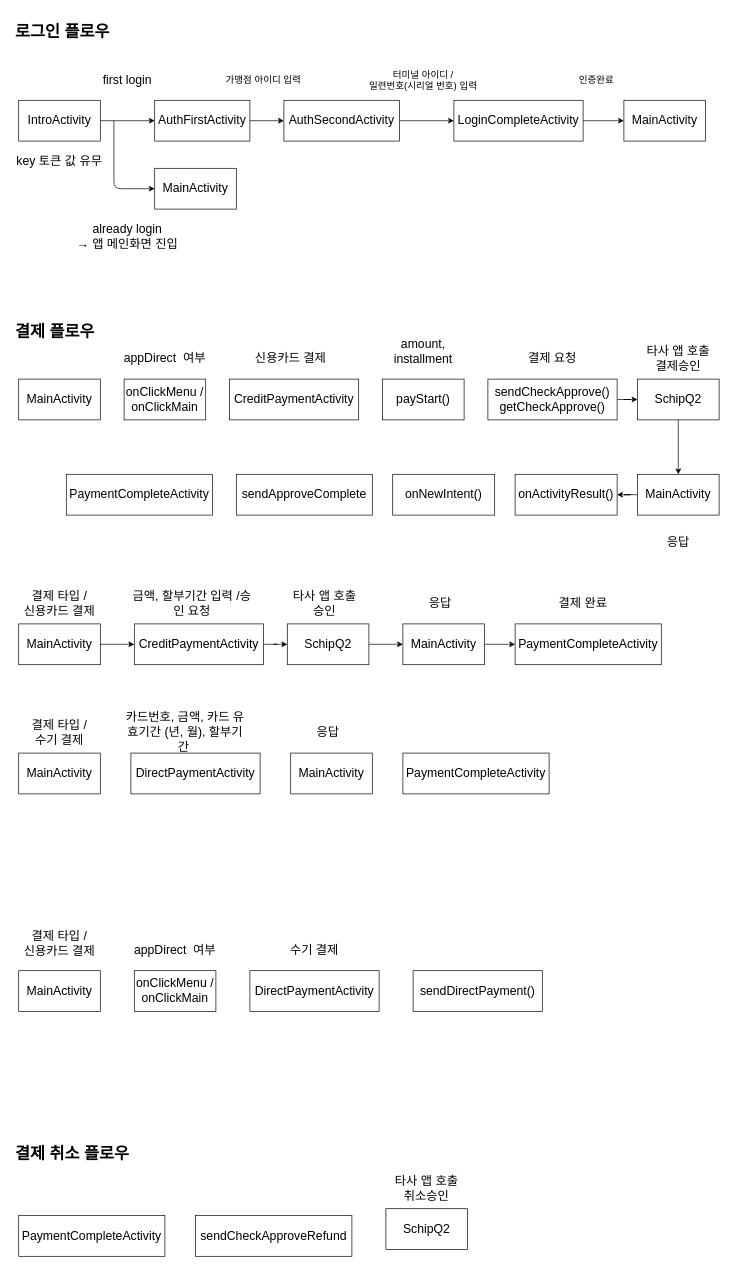
alsoscope/TIL keeps this draw.io diagram as Draw/flow20201124.drawio. Above is the earlier version. Source tidied: cells renumbered, new cells numbered last; positions are measured from the earlier drawing's top-left corner, leaving out a move shared by most shapes. Both pictures are drawn from the tidied source at 68%, with x=0, y=0 at pixel (12, 18).
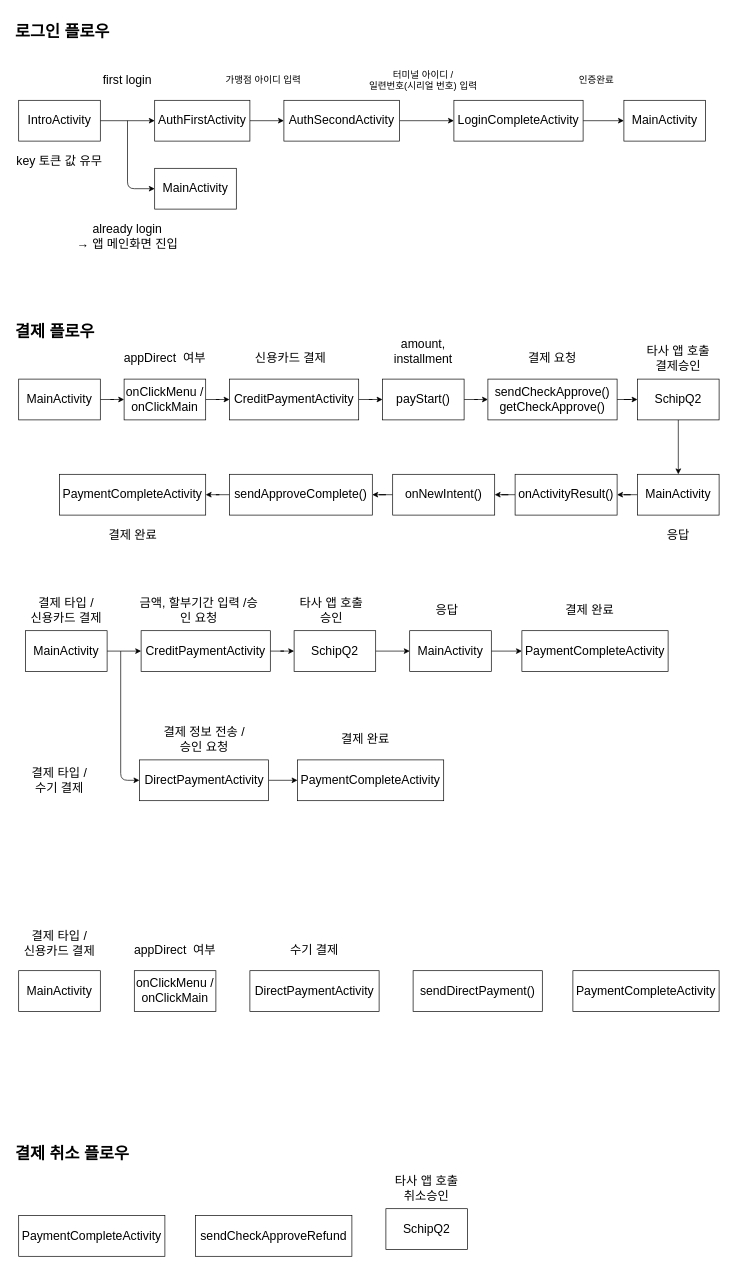
The same diagram, later.

The change refers to these unchanged cells:
```xml
<mxCell id="6" value="&lt;font style=&quot;font-size: 18px&quot;&gt;MainActivity&lt;/font&gt;" style="rounded=0;whiteSpace=wrap;html=1;" parent="1" vertex="1">
  <mxGeometry x="210" y="220" width="120" height="60" as="geometry" />
</mxCell>
<mxCell id="20" value="&lt;font style=&quot;font-size: 18px&quot;&gt;MainActivity&lt;/font&gt;" style="rounded=0;whiteSpace=wrap;html=1;" parent="1" vertex="1">
  <mxGeometry x="10" y="530" width="120" height="60" as="geometry" />
</mxCell>
<mxCell id="22" value="&lt;font style=&quot;font-size: 18px&quot;&gt;onClickMenu /&lt;br&gt;onClickMain&lt;br&gt;&lt;/font&gt;" style="rounded=0;whiteSpace=wrap;html=1;" parent="1" vertex="1">
  <mxGeometry x="165" y="530" width="120" height="60" as="geometry" />
</mxCell>
<mxCell id="23" value="&lt;font style=&quot;font-size: 18px&quot;&gt;CreditPaymentActivity&lt;br&gt;&lt;/font&gt;" style="rounded=0;whiteSpace=wrap;html=1;" parent="1" vertex="1">
  <mxGeometry x="320" y="530" width="190" height="60" as="geometry" />
</mxCell>
<mxCell id="28" value="&lt;font style=&quot;font-size: 18px&quot;&gt;payStart()&lt;/font&gt;" style="rounded=0;whiteSpace=wrap;html=1;" parent="1" vertex="1">
  <mxGeometry x="545" y="530" width="120" height="60" as="geometry" />
</mxCell>
<mxCell id="31" value="&lt;font style=&quot;font-size: 18px&quot;&gt;sendCheckApprove()&lt;br&gt;getCheckApprove()&lt;br&gt;&lt;/font&gt;" style="rounded=0;whiteSpace=wrap;html=1;" parent="1" vertex="1">
  <mxGeometry x="700" y="530" width="190" height="60" as="geometry" />
</mxCell>
<mxCell id="34" value="&lt;font style=&quot;font-size: 18px&quot;&gt;onActivityResult()&lt;br&gt;&lt;/font&gt;" style="rounded=0;whiteSpace=wrap;html=1;" parent="1" vertex="1">
  <mxGeometry x="740" y="670" width="150" height="60" as="geometry" />
</mxCell>
<mxCell id="37" value="&lt;font style=&quot;font-size: 18px&quot;&gt;onNewIntent()&lt;br&gt;&lt;/font&gt;" style="rounded=0;whiteSpace=wrap;html=1;" parent="1" vertex="1">
  <mxGeometry x="560" y="670" width="150" height="60" as="geometry" />
</mxCell>
```

The edit, as a diff of the source:
```diff
@@
     <mxCell id="10" style="endArrow=classic;html=1;entryX=0;entryY=0.5;entryDx=0;entryDy=0;" parent="1" edge="1" target="6">
       <mxGeometry relative="1" as="geometry">
-        <mxPoint x="150" y="150" as="sourcePoint" />
+        <mxPoint x="170" y="150" as="sourcePoint" />
         <Array as="points">
-          <mxPoint x="150" y="250" />
+          <mxPoint x="170" y="250" />
         </Array>
       </mxGeometry>
     </mxCell>
@@
+    <mxCell id="75" style="edgeStyle=orthogonalEdgeStyle;rounded=0;jettySize=auto;html=1;" parent="1" edge="1" source="20" target="22">
+      <mxGeometry relative="1" as="geometry" />
+    </mxCell>
@@
+    <mxCell id="76" style="edgeStyle=orthogonalEdgeStyle;rounded=0;jettySize=auto;html=1;" parent="1" edge="1" source="22" target="23">
+      <mxGeometry relative="1" as="geometry" />
+    </mxCell>
@@
+    <mxCell id="77" style="edgeStyle=orthogonalEdgeStyle;rounded=0;jettySize=auto;html=1;" parent="1" edge="1" source="23" target="28">
+      <mxGeometry relative="1" as="geometry" />
+    </mxCell>
@@
+    <mxCell id="78" style="edgeStyle=orthogonalEdgeStyle;rounded=0;jettySize=auto;html=1;" parent="1" edge="1" source="28" target="31">
+      <mxGeometry relative="1" as="geometry" />
+    </mxCell>
@@
+    <mxCell id="79" style="edgeStyle=orthogonalEdgeStyle;rounded=0;jettySize=auto;html=1;" parent="1" edge="1" source="34" target="37">
+      <mxGeometry relative="1" as="geometry" />
+    </mxCell>
@@
+    <mxCell id="80" style="edgeStyle=orthogonalEdgeStyle;rounded=0;jettySize=auto;html=1;" parent="1" edge="1" source="37" target="47">
+      <mxGeometry relative="1" as="geometry" />
+    </mxCell>
@@
     <mxCell id="39" value="&lt;span style=&quot;font-size: 18px&quot;&gt;응답&lt;/span&gt;" style="text;html=1;strokeColor=none;fillColor=none;align=center;verticalAlign=middle;whiteSpace=wrap;rounded=0;" parent="1" vertex="1">
-      <mxGeometry x="910" y="750" width="140" height="40" as="geometry" />
+      <mxGeometry x="910" y="740" width="140" height="40" as="geometry" />
     </mxCell>
@@
     <mxCell id="46" value="&lt;font style=&quot;font-size: 18px&quot;&gt;PaymentCompleteActivity&lt;br&gt;&lt;/font&gt;" style="rounded=0;whiteSpace=wrap;html=1;" parent="1" vertex="1">
-      <mxGeometry x="80" y="670" width="215" height="60" as="geometry" />
+      <mxGeometry x="70" y="670" width="215" height="60" as="geometry" />
     </mxCell>
+    <mxCell id="81" style="edgeStyle=orthogonalEdgeStyle;rounded=0;jettySize=auto;html=1;" parent="1" edge="1" source="47" target="46">
+      <mxGeometry relative="1" as="geometry" />
+    </mxCell>
-    <mxCell id="47" value="&lt;font style=&quot;font-size: 18px&quot;&gt;sendApproveComplete&lt;br&gt;&lt;/font&gt;" style="rounded=0;whiteSpace=wrap;html=1;" parent="1" vertex="1">
-      <mxGeometry x="330" y="670" width="200" height="60" as="geometry" />
+    <mxCell id="47" value="&lt;font style=&quot;font-size: 18px&quot;&gt;sendApproveComplete()&lt;br&gt;&lt;/font&gt;" style="rounded=0;whiteSpace=wrap;html=1;" parent="1" vertex="1">
+      <mxGeometry x="320" y="670" width="210" height="60" as="geometry" />
     </mxCell>
@@
     <mxCell id="51" style="edgeStyle=orthogonalEdgeStyle;rounded=0;jettySize=auto;html=1;" parent="1" edge="1" source="52" target="54">
-      <mxGeometry relative="1" as="geometry" />
+      <mxGeometry relative="1" as="geometry">
+        <Array as="points">
+          <mxPoint x="160" y="930" />
+          <mxPoint x="160" y="930" />
+        </Array>
+      </mxGeometry>
     </mxCell>
     <mxCell id="52" value="&lt;font style=&quot;font-size: 18px&quot;&gt;MainActivity&lt;/font&gt;" style="rounded=0;whiteSpace=wrap;html=1;" parent="1" vertex="1">
-      <mxGeometry x="10" y="890" width="120" height="60" as="geometry" />
+      <mxGeometry x="20" y="900" width="120" height="60" as="geometry" />
     </mxCell>
@@
     <mxCell id="54" value="&lt;font style=&quot;font-size: 18px&quot;&gt;CreditPaymentActivity&lt;br&gt;&lt;/font&gt;" style="rounded=0;whiteSpace=wrap;html=1;" parent="1" vertex="1">
-      <mxGeometry x="180" y="890" width="190" height="60" as="geometry" />
+      <mxGeometry x="190" y="900" width="190" height="60" as="geometry" />
     </mxCell>
     <mxCell id="55" value="&lt;span style=&quot;font-size: 18px&quot;&gt;금액, 할부기간 입력 /승인 요청&lt;/span&gt;" style="text;html=1;strokeColor=none;fillColor=none;align=center;verticalAlign=middle;whiteSpace=wrap;rounded=0;" parent="1" vertex="1">
-      <mxGeometry x="175" y="840" width="180" height="40" as="geometry" />
+      <mxGeometry x="185" y="850" width="180" height="40" as="geometry" />
     </mxCell>
@@
     <mxCell id="57" value="&lt;font style=&quot;font-size: 18px&quot;&gt;SchipQ2&lt;/font&gt;" style="rounded=0;whiteSpace=wrap;html=1;" parent="1" vertex="1">
-      <mxGeometry x="405" y="890" width="120" height="60" as="geometry" />
+      <mxGeometry x="415" y="900" width="120" height="60" as="geometry" />
     </mxCell>
@@
     <mxCell id="59" value="&lt;font style=&quot;font-size: 18px&quot;&gt;MainActivity&lt;/font&gt;" style="rounded=0;whiteSpace=wrap;html=1;" parent="1" vertex="1">
-      <mxGeometry x="575" y="890" width="120" height="60" as="geometry" />
+      <mxGeometry x="585" y="900" width="120" height="60" as="geometry" />
     </mxCell>
     <mxCell id="60" value="&lt;span style=&quot;font-size: 18px&quot;&gt;타사 앱 호출&lt;br&gt;승인&lt;br&gt;&lt;/span&gt;" style="text;html=1;strokeColor=none;fillColor=none;align=center;verticalAlign=middle;whiteSpace=wrap;rounded=0;" parent="1" vertex="1">
-      <mxGeometry x="390" y="840" width="140" height="40" as="geometry" />
+      <mxGeometry x="400" y="850" width="140" height="40" as="geometry" />
     </mxCell>
     <mxCell id="61" value="&lt;span style=&quot;font-size: 18px&quot;&gt;응답&lt;/span&gt;" style="text;html=1;strokeColor=none;fillColor=none;align=center;verticalAlign=middle;whiteSpace=wrap;rounded=0;" parent="1" vertex="1">
-      <mxGeometry x="560" y="840" width="140" height="40" as="geometry" />
+      <mxGeometry x="570" y="850" width="140" height="40" as="geometry" />
     </mxCell>
     <mxCell id="62" value="&lt;font style=&quot;font-size: 18px&quot;&gt;PaymentCompleteActivity&lt;br&gt;&lt;/font&gt;" style="rounded=0;whiteSpace=wrap;html=1;" parent="1" vertex="1">
-      <mxGeometry x="740" y="890" width="215" height="60" as="geometry" />
+      <mxGeometry x="750" y="900" width="215" height="60" as="geometry" />
     </mxCell>
     <mxCell id="63" value="&lt;span style=&quot;font-size: 18px&quot;&gt;결제 완료&lt;/span&gt;" style="text;html=1;strokeColor=none;fillColor=none;align=center;verticalAlign=middle;whiteSpace=wrap;rounded=0;" parent="1" vertex="1">
-      <mxGeometry x="770" y="840" width="140" height="40" as="geometry" />
+      <mxGeometry x="780" y="850" width="140" height="40" as="geometry" />
     </mxCell>
     <mxCell id="64" value="&lt;span style=&quot;font-size: 18px&quot;&gt;결제 타입 / &lt;br&gt;신용카드 결제&lt;/span&gt;" style="text;html=1;strokeColor=none;fillColor=none;align=center;verticalAlign=middle;whiteSpace=wrap;rounded=0;" parent="1" vertex="1">
-      <mxGeometry y="840" width="140" height="40" as="geometry" />
+      <mxGeometry x="10" y="850" width="140" height="40" as="geometry" />
     </mxCell>
@@
+    <mxCell id="82" style="edgeStyle=orthogonalEdgeStyle;rounded=0;jettySize=auto;html=1;" parent="1" edge="1" source="67" target="72">
+      <mxGeometry relative="1" as="geometry" />
+    </mxCell>
     <mxCell id="67" value="&lt;font style=&quot;font-size: 18px&quot;&gt;DirectPaymentActivity&lt;br&gt;&lt;/font&gt;" style="rounded=0;whiteSpace=wrap;html=1;" parent="1" vertex="1">
-      <mxGeometry x="175" y="1080" width="190" height="60" as="geometry" />
+      <mxGeometry x="187.5" y="1090" width="190" height="60" as="geometry" />
     </mxCell>
-    <mxCell id="68" value="&lt;font style=&quot;font-size: 18px&quot;&gt;MainActivity&lt;/font&gt;" style="rounded=0;whiteSpace=wrap;html=1;" parent="1" vertex="1">
-      <mxGeometry x="10" y="1080" width="120" height="60" as="geometry" />
-    </mxCell>
     <mxCell id="69" value="&lt;span style=&quot;font-size: 18px&quot;&gt;결제 타입 / &lt;br&gt;수기 결제&lt;/span&gt;" style="text;html=1;strokeColor=none;fillColor=none;align=center;verticalAlign=middle;whiteSpace=wrap;rounded=0;" parent="1" vertex="1">
-      <mxGeometry y="1030" width="140" height="40" as="geometry" />
+      <mxGeometry y="1100" width="140" height="40" as="geometry" />
     </mxCell>
-    <mxCell id="70" value="&lt;span style=&quot;font-size: 18px&quot;&gt;카드번호, 금액, 카드 유효기간 (년, 월), 할부기간&amp;nbsp;&lt;/span&gt;" style="text;html=1;strokeColor=none;fillColor=none;align=center;verticalAlign=middle;whiteSpace=wrap;rounded=0;" parent="1" vertex="1">
-      <mxGeometry x="165" y="1030" width="180" height="40" as="geometry" />
+    <mxCell id="70" value="&lt;span style=&quot;font-size: 18px&quot;&gt;결제 정보 전송 /&lt;br&gt;승인 요청&lt;br&gt;&lt;/span&gt;" style="text;html=1;strokeColor=none;fillColor=none;align=center;verticalAlign=middle;whiteSpace=wrap;rounded=0;" parent="1" vertex="1">
+      <mxGeometry x="192.5" y="1040" width="180" height="40" as="geometry" />
     </mxCell>
@@
     <mxCell id="72" value="&lt;font style=&quot;font-size: 18px&quot;&gt;PaymentCompleteActivity&lt;br&gt;&lt;/font&gt;" style="rounded=0;whiteSpace=wrap;html=1;" parent="1" vertex="1">
-      <mxGeometry x="575" y="1080" width="215" height="60" as="geometry" />
+      <mxGeometry x="420" y="1090" width="215" height="60" as="geometry" />
     </mxCell>
-    <mxCell id="73" value="&lt;font style=&quot;font-size: 18px&quot;&gt;MainActivity&lt;/font&gt;" style="rounded=0;whiteSpace=wrap;html=1;" parent="1" vertex="1">
-      <mxGeometry x="410" y="1080" width="120" height="60" as="geometry" />
-    </mxCell>
-    <mxCell id="74" value="&lt;span style=&quot;font-size: 18px&quot;&gt;응답&lt;/span&gt;" style="text;html=1;strokeColor=none;fillColor=none;align=center;verticalAlign=middle;whiteSpace=wrap;rounded=0;" parent="1" vertex="1">
-      <mxGeometry x="395" y="1030" width="140" height="40" as="geometry" />
-    </mxCell>
+    <mxCell id="83" value="&lt;span style=&quot;font-size: 18px&quot;&gt;결제 완료&lt;/span&gt;" style="text;html=1;strokeColor=none;fillColor=none;align=center;verticalAlign=middle;whiteSpace=wrap;rounded=0;" parent="1" vertex="1">
+      <mxGeometry x="450" y="1040" width="140" height="40" as="geometry" />
+    </mxCell>
+    <mxCell id="84" style="endArrow=classic;html=1;entryX=0;entryY=0.5;entryDx=0;entryDy=0;" parent="1" edge="1" target="67">
+      <mxGeometry relative="1" as="geometry">
+        <mxPoint x="160" y="930" as="sourcePoint" />
+        <Array as="points">
+          <mxPoint x="160" y="1120" />
+        </Array>
+      </mxGeometry>
+    </mxCell>
+    <mxCell id="85" value="&lt;font style=&quot;font-size: 18px&quot;&gt;PaymentCompleteActivity&lt;br&gt;&lt;/font&gt;" style="rounded=0;whiteSpace=wrap;html=1;" parent="1" vertex="1">
+      <mxGeometry x="825" y="1400" width="215" height="60" as="geometry" />
+    </mxCell>
+    <mxCell id="86" value="&lt;span style=&quot;font-size: 18px&quot;&gt;결제 완료&lt;/span&gt;" style="text;html=1;strokeColor=none;fillColor=none;align=center;verticalAlign=middle;whiteSpace=wrap;rounded=0;" parent="1" vertex="1">
+      <mxGeometry x="107.5" y="740" width="140" height="40" as="geometry" />
+    </mxCell>
```
